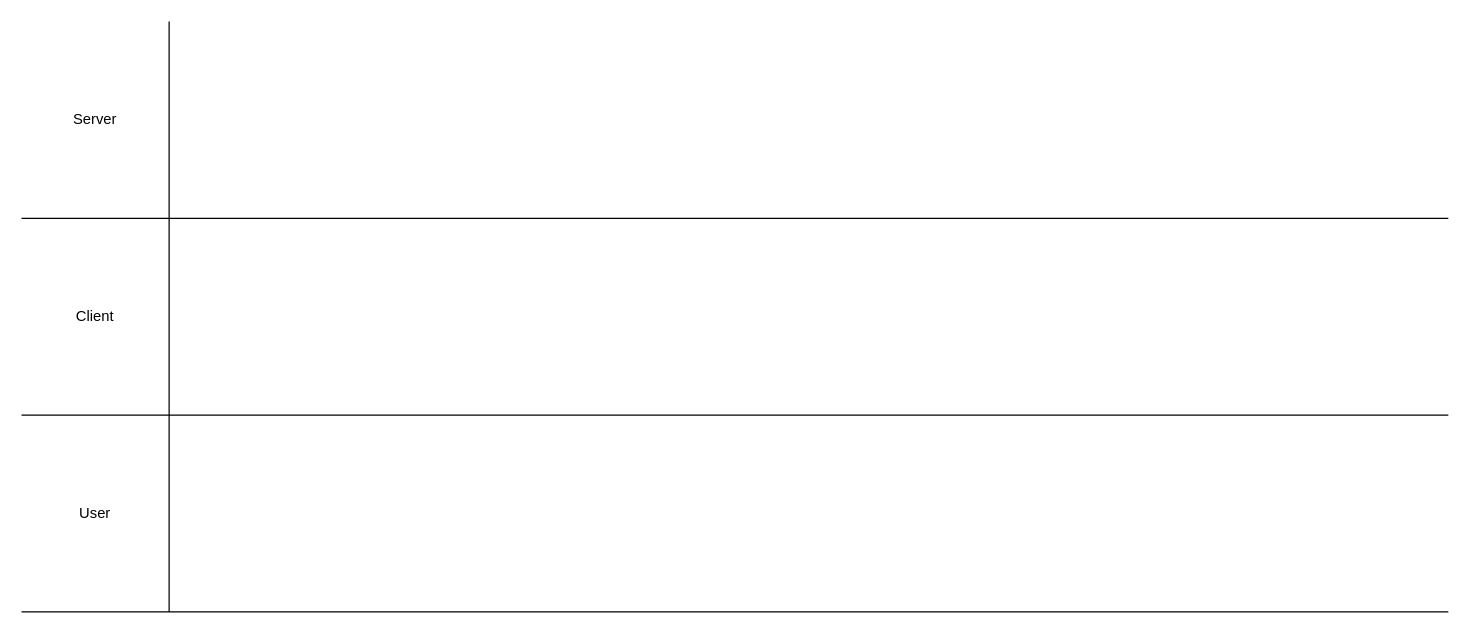
This is page "Editing" (5 of 6) of CoGrammer.drawio from 107zxz/co-grammer, a draw.io file, before an edit. Source tidied: cells renumbered, new cells numbered last; positions are measured from the earlier drawing's top-left corner, leaving out a move shared by most shapes. Both pictures are drawn from the tidied source at 123%, with x=0, y=0 at pixel (21, 21).
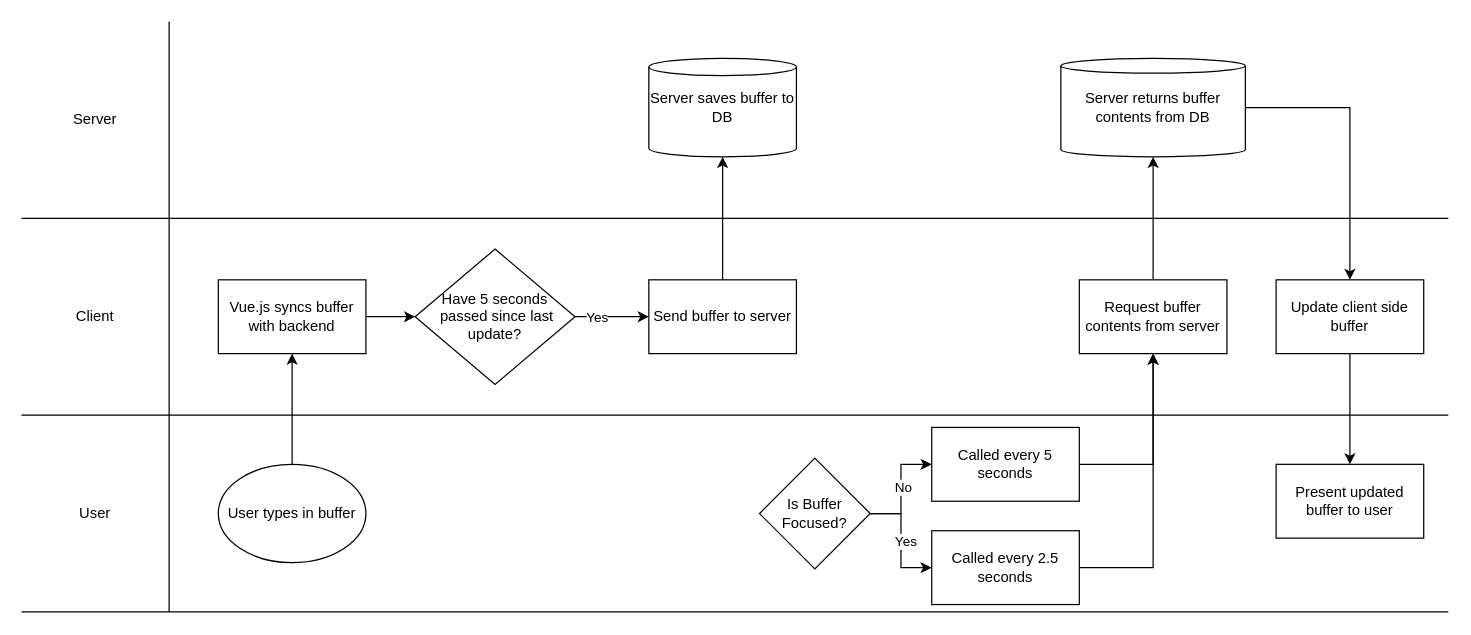
After the change.

Commit message (it also covers changes not shown here):
Added flowcharts and client-server interactions

What changed in the source:
```diff
@@
+    <mxCell id="9" style="edgeStyle=orthogonalEdgeStyle;rounded=0;jettySize=auto;html=1;exitX=0.5;exitY=0;exitDx=0;exitDy=0;" parent="1" edge="1" source="10" target="12">
+      <mxGeometry relative="1" as="geometry" />
+    </mxCell>
+    <mxCell id="10" value="User types in buffer" style="ellipse;whiteSpace=wrap;html=1;" parent="1" vertex="1">
+      <mxGeometry x="160" y="360" width="120" height="80" as="geometry" />
+    </mxCell>
+    <mxCell id="11" style="edgeStyle=orthogonalEdgeStyle;rounded=0;jettySize=auto;html=1;exitX=1;exitY=0.5;exitDx=0;exitDy=0;entryX=0;entryY=0.5;entryDx=0;entryDy=0;" parent="1" edge="1" source="12" target="15">
+      <mxGeometry relative="1" as="geometry" />
+    </mxCell>
+    <mxCell id="12" value="Vue.js syncs buffer with backend" style="rounded=0;whiteSpace=wrap;html=1;" parent="1" vertex="1">
+      <mxGeometry x="160" y="210" width="120" height="60" as="geometry" />
+    </mxCell>
+    <mxCell id="13" style="edgeStyle=orthogonalEdgeStyle;rounded=0;jettySize=auto;html=1;exitX=1;exitY=0.5;exitDx=0;exitDy=0;entryX=0;entryY=0.5;entryDx=0;entryDy=0;" parent="1" edge="1" source="15" target="17">
+      <mxGeometry relative="1" as="geometry" />
+    </mxCell>
+    <mxCell id="14" value="Yes" style="edgeLabel;html=1;align=center;verticalAlign=middle;" parent="13" vertex="1">
+      <mxGeometry x="-0.43" relative="1" as="geometry" />
+    </mxCell>
+    <mxCell id="15" value="Have 5 seconds&lt;br&gt;&amp;nbsp;passed since last update?" style="rhombus;whiteSpace=wrap;html=1;" parent="1" vertex="1">
+      <mxGeometry x="320" y="185" width="130" height="110" as="geometry" />
+    </mxCell>
+    <mxCell id="16" style="edgeStyle=orthogonalEdgeStyle;rounded=0;jettySize=auto;html=1;exitX=0.5;exitY=0;exitDx=0;exitDy=0;" parent="1" edge="1" source="17" target="18">
+      <mxGeometry relative="1" as="geometry" />
+    </mxCell>
+    <mxCell id="17" value="Send buffer to server" style="rounded=0;whiteSpace=wrap;html=1;" parent="1" vertex="1">
+      <mxGeometry x="510" y="210" width="120" height="60" as="geometry" />
+    </mxCell>
+    <mxCell id="18" value="Server saves buffer to DB" style="shape=cylinder2;whiteSpace=wrap;html=1;boundedLbl=1;backgroundOutline=1;size=7;" parent="1" vertex="1">
+      <mxGeometry x="510" y="30" width="120" height="80" as="geometry" />
+    </mxCell>
+    <mxCell id="19" style="edgeStyle=orthogonalEdgeStyle;rounded=0;jettySize=auto;html=1;" parent="1" edge="1" source="23" target="27">
+      <mxGeometry relative="1" as="geometry" />
+    </mxCell>
+    <mxCell id="20" value="No" style="edgeLabel;html=1;align=center;verticalAlign=middle;" parent="19" vertex="1">
+      <mxGeometry x="0.04" y="-1" relative="1" as="geometry" />
+    </mxCell>
+    <mxCell id="21" style="edgeStyle=orthogonalEdgeStyle;rounded=0;jettySize=auto;html=1;" parent="1" edge="1" source="23" target="25">
+      <mxGeometry relative="1" as="geometry" />
+    </mxCell>
+    <mxCell id="22" value="Yes" style="edgeLabel;html=1;align=center;verticalAlign=middle;" parent="21" vertex="1">
+      <mxGeometry y="3" relative="1" as="geometry" />
+    </mxCell>
+    <mxCell id="23" value="Is Buffer Focused?" style="rhombus;whiteSpace=wrap;html=1;" parent="1" vertex="1">
+      <mxGeometry x="600" y="355" width="90" height="90" as="geometry" />
+    </mxCell>
+    <mxCell id="24" style="edgeStyle=orthogonalEdgeStyle;rounded=0;jettySize=auto;html=1;entryX=0.5;entryY=1;entryDx=0;entryDy=0;" parent="1" edge="1" source="25" target="29">
+      <mxGeometry relative="1" as="geometry">
+        <Array as="points">
+          <mxPoint x="920" y="444" />
+        </Array>
+      </mxGeometry>
+    </mxCell>
+    <mxCell id="25" value="Called every 2.5 seconds" style="rounded=0;whiteSpace=wrap;html=1;" parent="1" vertex="1">
+      <mxGeometry x="740" y="414" width="120" height="60" as="geometry" />
+    </mxCell>
+    <mxCell id="26" style="edgeStyle=orthogonalEdgeStyle;rounded=0;jettySize=auto;html=1;" parent="1" edge="1" source="27" target="29">
+      <mxGeometry relative="1" as="geometry">
+        <Array as="points">
+          <mxPoint x="920" y="360" />
+        </Array>
+      </mxGeometry>
+    </mxCell>
+    <mxCell id="27" value="Called every 5 seconds" style="rounded=0;whiteSpace=wrap;html=1;" parent="1" vertex="1">
+      <mxGeometry x="740" y="330" width="120" height="60" as="geometry" />
+    </mxCell>
+    <mxCell id="28" style="edgeStyle=orthogonalEdgeStyle;rounded=0;jettySize=auto;html=1;" parent="1" edge="1" source="29" target="31">
+      <mxGeometry relative="1" as="geometry" />
+    </mxCell>
+    <mxCell id="29" value="Request buffer contents from server" style="rounded=0;whiteSpace=wrap;html=1;" parent="1" vertex="1">
+      <mxGeometry x="860" y="210" width="120" height="60" as="geometry" />
+    </mxCell>
+    <mxCell id="30" style="edgeStyle=orthogonalEdgeStyle;rounded=0;jettySize=auto;html=1;" parent="1" edge="1" source="31" target="33">
+      <mxGeometry relative="1" as="geometry" />
+    </mxCell>
+    <mxCell id="31" value="Server returns buffer contents from DB" style="shape=cylinder2;whiteSpace=wrap;html=1;boundedLbl=1;backgroundOutline=1;size=6;" parent="1" vertex="1">
+      <mxGeometry x="845" y="30" width="150" height="80" as="geometry" />
+    </mxCell>
+    <mxCell id="32" style="edgeStyle=orthogonalEdgeStyle;rounded=0;jettySize=auto;html=1;exitX=0.5;exitY=1;exitDx=0;exitDy=0;" parent="1" edge="1" source="33" target="34">
+      <mxGeometry relative="1" as="geometry" />
+    </mxCell>
+    <mxCell id="33" value="Update client side buffer" style="rounded=0;whiteSpace=wrap;html=1;" parent="1" vertex="1">
+      <mxGeometry x="1020" y="210" width="120" height="60" as="geometry" />
+    </mxCell>
+    <mxCell id="34" value="Present updated buffer to user" style="rounded=0;whiteSpace=wrap;html=1;" parent="1" vertex="1">
+      <mxGeometry x="1020" y="360" width="120" height="60" as="geometry" />
+    </mxCell>
```
